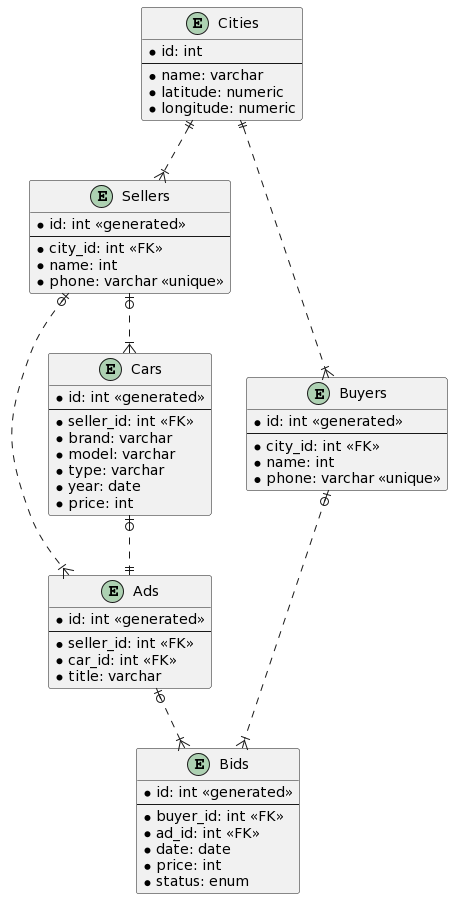
Earlier version of the PlantUML export images/diagram.png (thujuli/car-dealer-db).
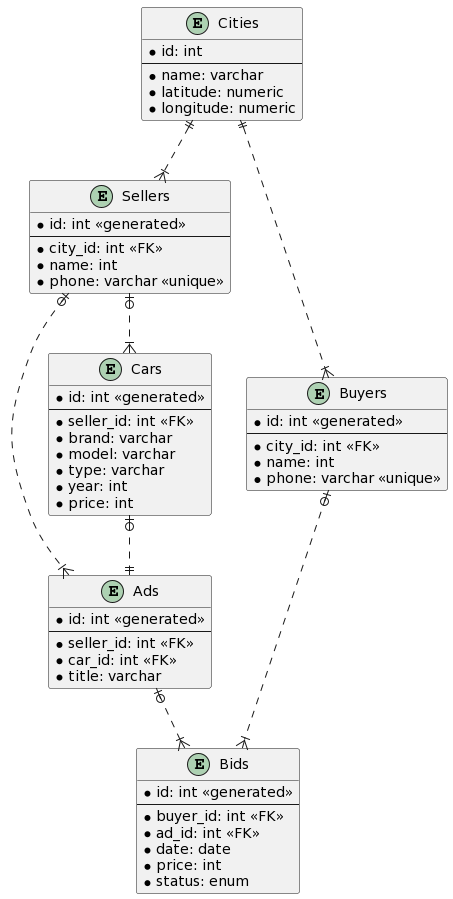
Above is the later version.

Change to the diagram source:
```diff
@@ -34,7 +34,7 @@
     * brand: varchar
     * model: varchar
     * type: varchar
-    * year: date
+    * year: int
     * price: int
 }
 entity Bids{
```
